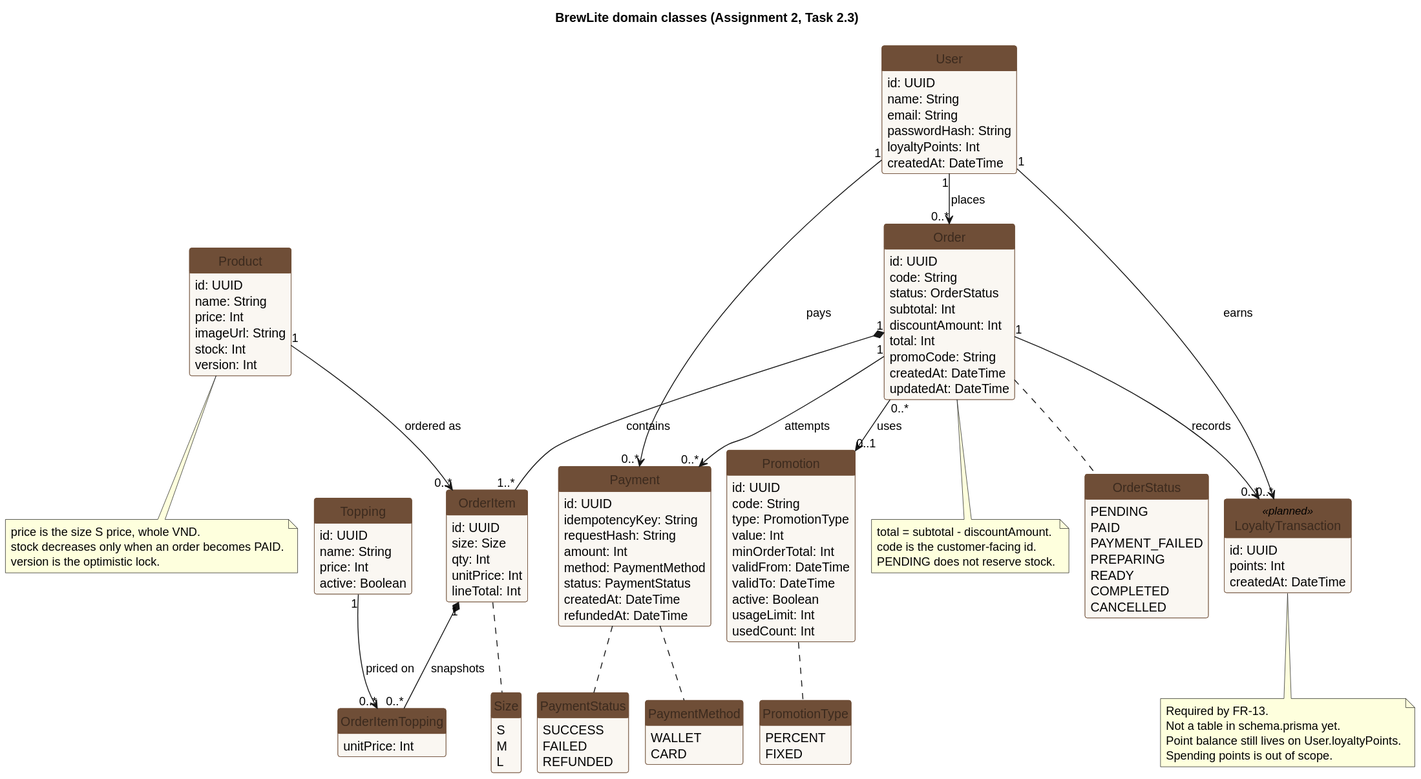
This is docs/diagrams/class-domain.svg from Nghiaphan123/BrewLite_Cof, a PlantUML export, as it was before one commit. Its diagram source:
```plantuml
@startuml
!pragma layout smetana
title BrewLite domain classes (Assignment 2, Task 2.3)
skinparam shadowing false
skinparam backgroundColor #FFFFFF
skinparam classAttributeIconSize 0
skinparam class {
  BackgroundColor #FAF7F2
  BorderColor #6F4E37
  HeaderBackgroundColor #6F4E37
  HeaderFontColor #FFFFFF
  FontColor #3B2A1E
}
hide methods
hide circles

together {
  enum OrderStatus {
    PENDING
    PAID
    PAYMENT_FAILED
    PREPARING
    READY
    COMPLETED
    CANCELLED
  }
  enum Size {
    S
    M
    L
  }
  enum PaymentMethod {
    WALLET
    CARD
  }
  enum PaymentStatus {
    SUCCESS
    FAILED
    REFUNDED
  }
  enum PromotionType {
    PERCENT
    FIXED
  }
}

class User {
  id: UUID
  name: String
  email: String
  passwordHash: String
  loyaltyPoints: Int
  createdAt: DateTime
}

class Product {
  id: UUID
  name: String
  price: Int
  imageUrl: String
  stock: Int
  version: Int
}

class Topping {
  id: UUID
  name: String
  price: Int
  active: Boolean
}

class Order {
  id: UUID
  code: String
  status: OrderStatus
  subtotal: Int
  discountAmount: Int
  total: Int
  promoCode: String
  createdAt: DateTime
  updatedAt: DateTime
}

class OrderItem {
  id: UUID
  size: Size
  qty: Int
  unitPrice: Int
  lineTotal: Int
}

class OrderItemTopping {
  unitPrice: Int
}

class Payment {
  id: UUID
  idempotencyKey: String
  requestHash: String
  amount: Int
  method: PaymentMethod
  status: PaymentStatus
  createdAt: DateTime
  refundedAt: DateTime
}

class Promotion {
  id: UUID
  code: String
  type: PromotionType
  value: Int
  minOrderTotal: Int
  validFrom: DateTime
  validTo: DateTime
  active: Boolean
  usageLimit: Int
  usedCount: Int
}

class LoyaltyTransaction <<planned>> {
  id: UUID
  points: Int
  createdAt: DateTime
}

User "1" --> "0..*" Order : places >
User "1" --> "0..*" Payment : pays >
User "1" --> "0..*" LoyaltyTransaction : earns >
Order "1" *-- "1..*" OrderItem : contains >
Order "1" --> "0..*" Payment : attempts >
Order "0..*" --> "0..1" Promotion : uses >
Order "1" --> "0..*" LoyaltyTransaction : records >
Product "1" --> "0..*" OrderItem : ordered as >
OrderItem "1" *-- "0..*" OrderItemTopping : snapshots >
Topping "1" --> "0..*" OrderItemTopping : priced on >

Order .. OrderStatus
OrderItem .. Size
Payment .. PaymentMethod
Payment .. PaymentStatus
Promotion .. PromotionType

note bottom of LoyaltyTransaction
  Required by FR-13.
  Not a table in schema.prisma yet.
  Point balance still lives on User.loyaltyPoints.
  Spending points is out of scope.
end note

note bottom of Product
  price is the size S price, whole VND.
  stock decreases only when an order becomes PAID.
  version is the optimistic lock.
end note

note bottom of Order
  total = subtotal - discountAmount.
  code is the customer-facing id.
  PENDING does not reserve stock.
end note
@enduml
```
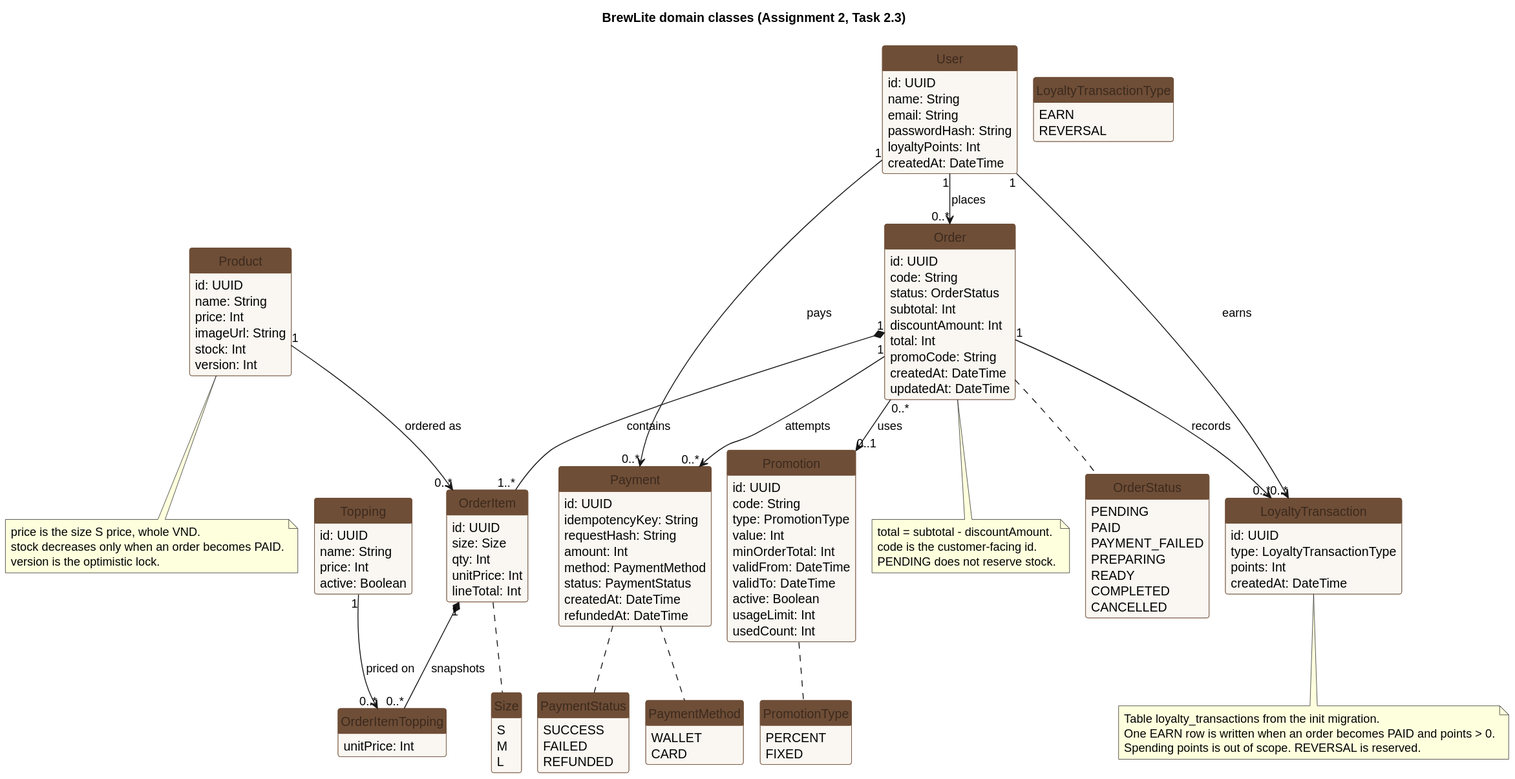
After the change.

Commit message:
feat(payments): record an EARN loyalty row when an order is paid (Task 5.1)

Diff of the diagram source:
```diff
@@ -41,6 +41,10 @@
   enum PromotionType {
     PERCENT
     FIXED
+  }
+  enum LoyaltyTransactionType {
+    EARN
+    REVERSAL
   }
 }
 
@@ -117,8 +121,9 @@
   usedCount: Int
 }
 
-class LoyaltyTransaction <<planned>> {
+class LoyaltyTransaction {
   id: UUID
+  type: LoyaltyTransactionType
   points: Int
   createdAt: DateTime
 }
@@ -141,10 +146,9 @@
 Promotion .. PromotionType
 
 note bottom of LoyaltyTransaction
-  Required by FR-13.
-  Not a table in schema.prisma yet.
-  Point balance still lives on User.loyaltyPoints.
-  Spending points is out of scope.
+  Table loyalty_transactions from the init migration.
+  One EARN row is written when an order becomes PAID and points > 0.
+  Spending points is out of scope. REVERSAL is reserved.
 end note
 
 note bottom of Product
```
